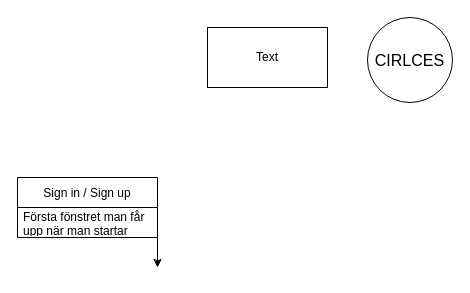
The draw.io diagram Diagrams/mindmap.drawio in johanbergfalk/DAT055_circles, before the edit. Source tidied: cells renumbered, new cells numbered last; positions are measured from the earlier drawing's top-left corner, leaving out a move shared by most shapes. Both pictures are drawn from the tidied source at 100%, with x=0, y=0 at pixel (17, 17).
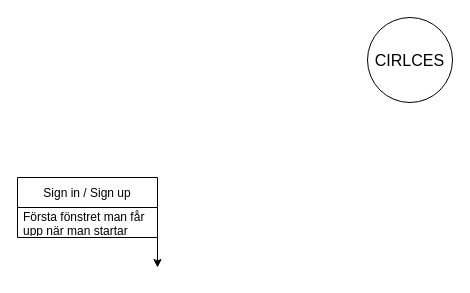
Above is the later version.

Diff of the diagram source:
```diff
@@
 <mxGraphModel>
   <root>
     <mxCell id="0" />
     <mxCell id="1" parent="0" />
     <mxCell id="2" value="CIRLCES" style="ellipse;whiteSpace=wrap;html=1;rounded=0;fontSize=16;strokeColor=#000000;fillColor=#FFFFFF;" parent="1" vertex="1">
       <mxGeometry x="350" width="85" height="85" as="geometry" />
     </mxCell>
     <mxCell id="3" style="edgeStyle=orthogonalEdgeStyle;rounded=0;jettySize=auto;html=1;exitX=1;exitY=1;exitDx=0;exitDy=0;" parent="1" edge="1" source="4">
       <mxGeometry relative="1" as="geometry">
         <mxPoint x="140" y="250" as="targetPoint" />
       </mxGeometry>
     </mxCell>
     <mxCell id="4" value="Sign in / Sign up" style="swimlane;fontStyle=0;horizontal=1;startSize=30;" parent="1" vertex="1">
       <mxGeometry y="160" width="140" height="60" as="geometry" />
     </mxCell>
     <mxCell id="5" value="Första fönstret man får upp när man startar klienten. " style="text;strokeColor=none;fillColor=none;align=left;verticalAlign=middle;spacingLeft=4;spacingRight=4;overflow=hidden;whiteSpace=wrap;" parent="4" vertex="1">
       <mxGeometry y="30" width="140" height="30" as="geometry" />
     </mxCell>
-    <mxCell id="6" style="rounded=0;whiteSpace=wrap;html=1;" parent="1" vertex="1">
-      <mxGeometry x="190" y="10" width="120" height="60" as="geometry" />
-    </mxCell>
-    <mxCell id="7" value="Text" style="text;html=1;strokeColor=none;fillColor=none;align=center;verticalAlign=middle;whiteSpace=wrap;rounded=0;" parent="1" vertex="1">
-      <mxGeometry x="210" y="22.5" width="80" height="35" as="geometry" />
-    </mxCell>
   </root>
 </mxGraphModel>
```
